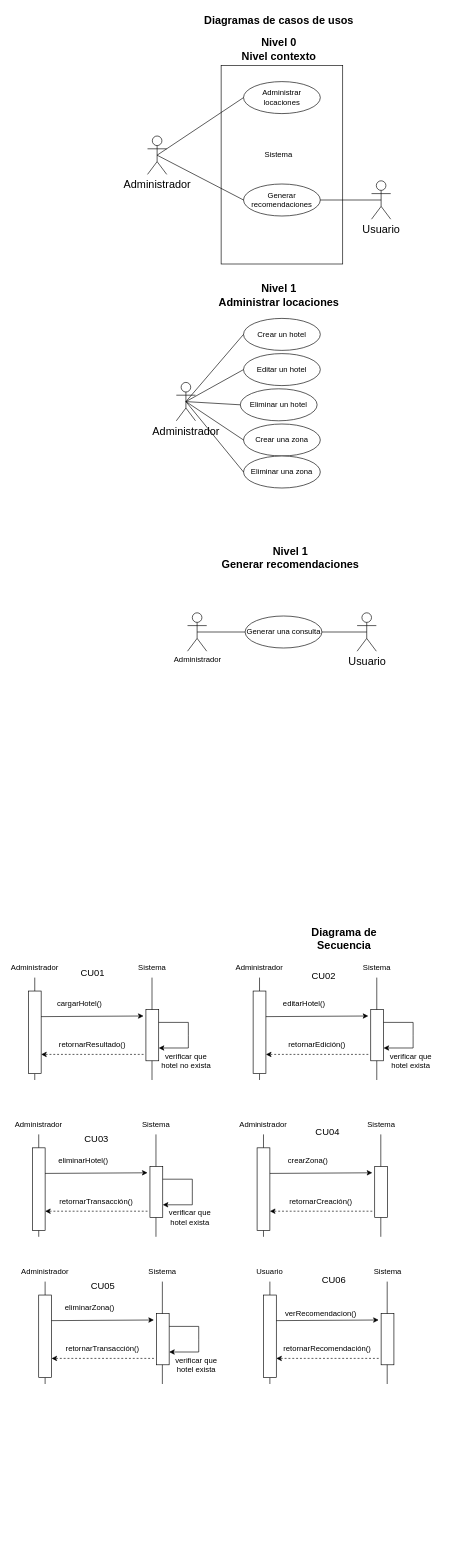
This is Diagrams-Thesis-GA.drawio from Alexjes98/diagrams, a draw.io file, before an edit. Source tidied: cells renumbered, new cells numbered last; positions are measured from the earlier drawing's top-left corner, leaving out a move shared by most shapes. Both pictures are drawn from the tidied source at 64%, with x=0, y=0 at pixel (15, 11).
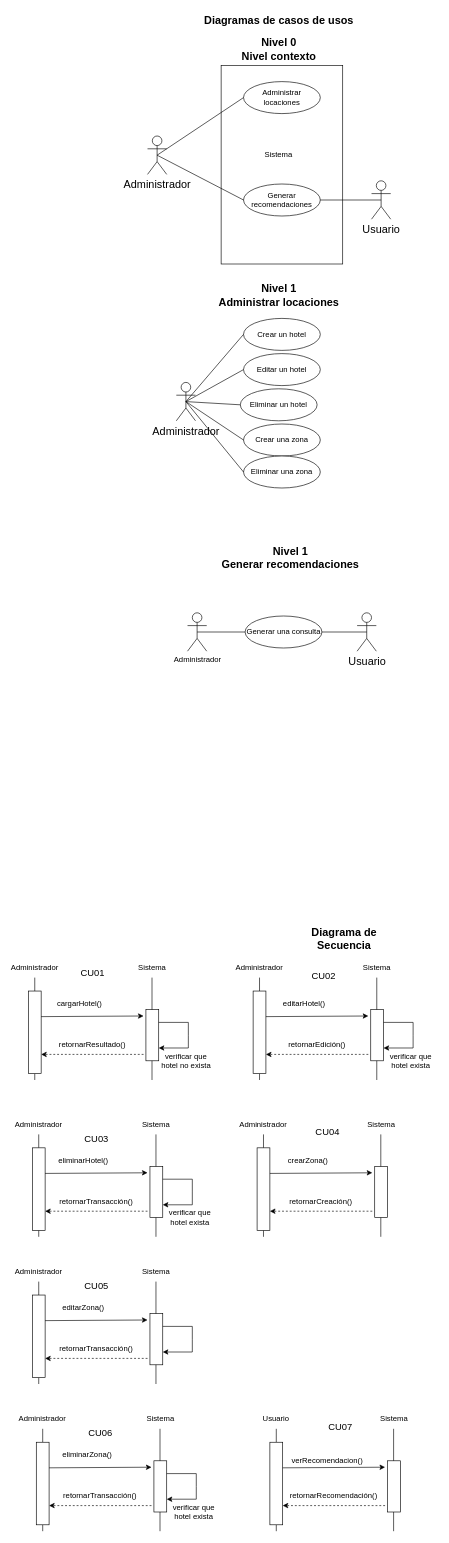
The same page after the edit.

Change to the diagram source:
```diff
@@
-    <mxCell id="86" style="endArrow=none;html=1;rounded=0;startArrow=none;" parent="1" edge="1" source="93">
-      <mxGeometry relative="1" as="geometry">
-        <mxPoint x="46" y="1985" as="targetPoint" />
-      </mxGeometry>
-    </mxCell>
-    <mxCell id="87" style="endArrow=none;html=1;rounded=0;" parent="1" edge="1">
-      <mxGeometry relative="1" as="geometry">
-        <mxPoint x="229.2" y="2145" as="sourcePoint" />
-        <mxPoint x="229.2" y="1985" as="targetPoint" />
-      </mxGeometry>
-    </mxCell>
-    <mxCell id="88" value="Administrador" style="text;html=1;strokeColor=none;fillColor=none;align=center;verticalAlign=middle;whiteSpace=wrap;rounded=0;" parent="1" vertex="1">
-      <mxGeometry x="16" y="1955" width="60" height="30" as="geometry" />
-    </mxCell>
-    <mxCell id="89" style="endArrow=classic;html=1;rounded=0;startArrow=none;exitX=0.9;exitY=0.31;exitDx=0;exitDy=0;exitPerimeter=0;" parent="1" edge="1" source="93">
-      <mxGeometry relative="1" as="geometry">
-        <mxPoint x="216" y="2045" as="targetPoint" />
-      </mxGeometry>
-    </mxCell>
-    <mxCell id="90" value="eliminarZona()" style="text;html=1;strokeColor=none;fillColor=none;align=center;verticalAlign=middle;whiteSpace=wrap;rounded=0;" parent="1" vertex="1">
-      <mxGeometry x="86" y="2011" width="60" height="30" as="geometry" />
-    </mxCell>
-    <mxCell id="91" value="Sistema" style="text;html=1;strokeColor=none;fillColor=none;align=center;verticalAlign=middle;whiteSpace=wrap;rounded=0;" parent="1" vertex="1">
-      <mxGeometry x="195.4" y="1955" width="68.8" height="30" as="geometry" />
-    </mxCell>
-    <mxCell id="92" style="endArrow=none;html=1;rounded=0;" parent="1" edge="1" target="93">
-      <mxGeometry relative="1" as="geometry">
-        <mxPoint x="46" y="2145" as="sourcePoint" />
-        <Array as="points">
-          <mxPoint x="46" y="2135" />
-        </Array>
-      </mxGeometry>
-    </mxCell>
-    <mxCell id="93" style="rounded=0;whiteSpace=wrap;html=1;" parent="1" vertex="1">
-      <mxGeometry x="36" y="2006" width="20" height="129" as="geometry" />
-    </mxCell>
-    <mxCell id="94" style="rounded=0;whiteSpace=wrap;html=1;" parent="1" vertex="1">
-      <mxGeometry x="219.8" y="2035" width="20" height="80" as="geometry" />
-    </mxCell>
-    <mxCell id="95" value="verificar que hotel exista" style="text;html=1;strokeColor=none;fillColor=none;align=center;verticalAlign=middle;whiteSpace=wrap;rounded=0;" parent="1" vertex="1">
-      <mxGeometry x="239.8" y="2100" width="85" height="30" as="geometry" />
-    </mxCell>
-    <mxCell id="96" value="&lt;br&gt;&lt;b id=&quot;docs-internal-guid-32b7d7b6-7fff-b71a-86bd-061935bc4d04&quot; style=&quot;font-weight:normal;&quot;&gt;&lt;span style=&quot;font-size: 11pt; font-family: Arial; color: rgb(0, 0, 0); background-color: transparent; font-weight: 400; font-style: normal; font-variant: normal; text-decoration: none; vertical-align: baseline;&quot;&gt;CU05&lt;/span&gt;&lt;/b&gt;" style="text;html=1;align=center;verticalAlign=middle;strokeColor=none;fillColor=none;" parent="1" vertex="1">
-      <mxGeometry x="106" y="1960" width="60" height="50" as="geometry" />
-    </mxCell>
-    <mxCell id="97" style="endArrow=classic;html=1;rounded=0;exitX=1;exitY=0.25;exitDx=0;exitDy=0;entryX=1;entryY=0.75;entryDx=0;entryDy=0;" parent="1" edge="1" source="94" target="94">
-      <mxGeometry relative="1" as="geometry">
-        <Array as="points">
-          <mxPoint x="286" y="2055" />
-          <mxPoint x="286" y="2075" />
-          <mxPoint x="286" y="2095" />
-        </Array>
-      </mxGeometry>
-    </mxCell>
-    <mxCell id="98" style="endArrow=classic;html=1;rounded=0;dashed=1;" parent="1" edge="1">
-      <mxGeometry relative="1" as="geometry">
-        <mxPoint x="216" y="2105" as="sourcePoint" />
-        <mxPoint x="56" y="2105" as="targetPoint" />
-      </mxGeometry>
-    </mxCell>
-    <mxCell id="99" value="retornarTransacción()" style="text;html=1;strokeColor=none;fillColor=none;align=center;verticalAlign=middle;whiteSpace=wrap;rounded=0;" parent="1" vertex="1">
-      <mxGeometry x="106" y="2075" width="60" height="30" as="geometry" />
-    </mxCell>
     <mxCell id="100" style="endArrow=none;html=1;rounded=0;startArrow=none;" parent="1" edge="1" source="107">
       <mxGeometry relative="1" as="geometry">
-        <mxPoint x="397.2" y="1985" as="targetPoint" />
+        <mxPoint x="407.2" y="2215" as="targetPoint" />
       </mxGeometry>
     </mxCell>
     <mxCell id="101" style="endArrow=none;html=1;rounded=0;" parent="1" edge="1">
       <mxGeometry relative="1" as="geometry">
-        <mxPoint x="580.5" y="2145" as="sourcePoint" />
-        <mxPoint x="580.5" y="1985" as="targetPoint" />
+        <mxPoint x="590.5" y="2375" as="sourcePoint" />
+        <mxPoint x="590.5" y="2215" as="targetPoint" />
       </mxGeometry>
     </mxCell>
     <mxCell id="102" value="Usuario" style="text;html=1;strokeColor=none;fillColor=none;align=center;verticalAlign=middle;whiteSpace=wrap;rounded=0;" parent="1" vertex="1">
-      <mxGeometry x="367.2" y="1955" width="60" height="30" as="geometry" />
+      <mxGeometry x="377.2" y="2185" width="60" height="30" as="geometry" />
     </mxCell>
     <mxCell id="103" style="endArrow=classic;html=1;rounded=0;startArrow=none;exitX=0.9;exitY=0.31;exitDx=0;exitDy=0;exitPerimeter=0;" parent="1" edge="1" source="107">
       <mxGeometry relative="1" as="geometry">
-        <mxPoint x="567.2" y="2045" as="targetPoint" />
+        <mxPoint x="577.2" y="2275" as="targetPoint" />
       </mxGeometry>
     </mxCell>
     <mxCell id="104" value="verRecomendacion()" style="text;html=1;strokeColor=none;fillColor=none;align=center;verticalAlign=middle;whiteSpace=wrap;rounded=0;" parent="1" vertex="1">
-      <mxGeometry x="447.2" y="2020" width="60" height="30" as="geometry" />
+      <mxGeometry x="457.2" y="2250" width="60" height="30" as="geometry" />
     </mxCell>
     <mxCell id="105" value="Sistema" style="text;html=1;strokeColor=none;fillColor=none;align=center;verticalAlign=middle;whiteSpace=wrap;rounded=0;" parent="1" vertex="1">
-      <mxGeometry x="546.6" y="1955" width="68.8" height="30" as="geometry" />
+      <mxGeometry x="556.6" y="2185" width="68.8" height="30" as="geometry" />
     </mxCell>
     <mxCell id="106" style="endArrow=none;html=1;rounded=0;" parent="1" edge="1" target="107">
       <mxGeometry relative="1" as="geometry">
-        <mxPoint x="397.2" y="2145" as="sourcePoint" />
+        <mxPoint x="407.2" y="2375" as="sourcePoint" />
         <Array as="points">
-          <mxPoint x="397.2" y="2135" />
+          <mxPoint x="407.2" y="2365" />
         </Array>
       </mxGeometry>
     </mxCell>
     <mxCell id="107" style="rounded=0;whiteSpace=wrap;html=1;" parent="1" vertex="1">
-      <mxGeometry x="387.2" y="2006" width="20" height="129" as="geometry" />
+      <mxGeometry x="397.2" y="2236" width="20" height="129" as="geometry" />
     </mxCell>
     <mxCell id="108" style="rounded=0;whiteSpace=wrap;html=1;" parent="1" vertex="1">
-      <mxGeometry x="571" y="2035" width="20" height="80" as="geometry" />
+      <mxGeometry x="581" y="2265" width="20" height="80" as="geometry" />
     </mxCell>
-    <mxCell id="109" value="&lt;br&gt;&lt;b id=&quot;docs-internal-guid-32b7d7b6-7fff-b71a-86bd-061935bc4d04&quot; style=&quot;font-weight:normal;&quot;&gt;&lt;span style=&quot;font-size: 11pt; font-family: Arial; color: rgb(0, 0, 0); background-color: transparent; font-weight: 400; font-style: normal; font-variant: normal; text-decoration: none; vertical-align: baseline;&quot;&gt;CU06&lt;/span&gt;&lt;/b&gt;" style="text;html=1;align=center;verticalAlign=middle;strokeColor=none;fillColor=none;" parent="1" vertex="1">
-      <mxGeometry x="467.2" y="1950" width="60" height="50" as="geometry" />
+    <mxCell id="109" value="&lt;br&gt;&lt;b id=&quot;docs-internal-guid-32b7d7b6-7fff-b71a-86bd-061935bc4d04&quot; style=&quot;font-weight:normal;&quot;&gt;&lt;span style=&quot;font-size: 11pt; font-family: Arial; color: rgb(0, 0, 0); background-color: transparent; font-weight: 400; font-style: normal; font-variant: normal; text-decoration: none; vertical-align: baseline;&quot;&gt;CU07&lt;/span&gt;&lt;/b&gt;" style="text;html=1;align=center;verticalAlign=middle;strokeColor=none;fillColor=none;" parent="1" vertex="1">
+      <mxGeometry x="477.2" y="2180" width="60" height="50" as="geometry" />
     </mxCell>
     <mxCell id="110" style="endArrow=classic;html=1;rounded=0;dashed=1;" parent="1" edge="1">
       <mxGeometry relative="1" as="geometry">
-        <mxPoint x="567.2" y="2105" as="sourcePoint" />
-        <mxPoint x="407.2" y="2105" as="targetPoint" />
+        <mxPoint x="577.2" y="2335" as="sourcePoint" />
+        <mxPoint x="417.2" y="2335" as="targetPoint" />
       </mxGeometry>
     </mxCell>
     <mxCell id="111" value="retornarRecomendación()" style="text;html=1;strokeColor=none;fillColor=none;align=center;verticalAlign=middle;whiteSpace=wrap;rounded=0;" parent="1" vertex="1">
-      <mxGeometry x="457.2" y="2075" width="60" height="30" as="geometry" />
+      <mxGeometry x="467.2" y="2305" width="60" height="30" as="geometry" />
     </mxCell>
+    <mxCell id="112" style="endArrow=none;html=1;rounded=0;startArrow=none;" parent="1" edge="1" source="119">
+      <mxGeometry relative="1" as="geometry">
+        <mxPoint x="36" y="1985" as="targetPoint" />
+      </mxGeometry>
+    </mxCell>
+    <mxCell id="113" style="endArrow=none;html=1;rounded=0;" parent="1" edge="1">
+      <mxGeometry relative="1" as="geometry">
+        <mxPoint x="219.2" y="2145" as="sourcePoint" />
+        <mxPoint x="219.2" y="1985" as="targetPoint" />
+      </mxGeometry>
+    </mxCell>
+    <mxCell id="114" value="Administrador" style="text;html=1;strokeColor=none;fillColor=none;align=center;verticalAlign=middle;whiteSpace=wrap;rounded=0;" parent="1" vertex="1">
+      <mxGeometry x="6" y="1955" width="60" height="30" as="geometry" />
+    </mxCell>
+    <mxCell id="115" style="endArrow=classic;html=1;rounded=0;startArrow=none;exitX=0.9;exitY=0.31;exitDx=0;exitDy=0;exitPerimeter=0;" parent="1" edge="1" source="119">
+      <mxGeometry relative="1" as="geometry">
+        <mxPoint x="206" y="2045" as="targetPoint" />
+      </mxGeometry>
+    </mxCell>
+    <mxCell id="116" value="editarZona()" style="text;html=1;strokeColor=none;fillColor=none;align=center;verticalAlign=middle;whiteSpace=wrap;rounded=0;" parent="1" vertex="1">
+      <mxGeometry x="76" y="2011" width="60" height="30" as="geometry" />
+    </mxCell>
+    <mxCell id="117" value="Sistema" style="text;html=1;strokeColor=none;fillColor=none;align=center;verticalAlign=middle;whiteSpace=wrap;rounded=0;" parent="1" vertex="1">
+      <mxGeometry x="185.4" y="1955" width="68.8" height="30" as="geometry" />
+    </mxCell>
+    <mxCell id="118" style="endArrow=none;html=1;rounded=0;" parent="1" edge="1" target="119">
+      <mxGeometry relative="1" as="geometry">
+        <mxPoint x="36" y="2145" as="sourcePoint" />
+        <Array as="points">
+          <mxPoint x="36" y="2135" />
+        </Array>
+      </mxGeometry>
+    </mxCell>
+    <mxCell id="119" style="rounded=0;whiteSpace=wrap;html=1;" parent="1" vertex="1">
+      <mxGeometry x="26" y="2006" width="20" height="129" as="geometry" />
+    </mxCell>
+    <mxCell id="120" style="rounded=0;whiteSpace=wrap;html=1;" parent="1" vertex="1">
+      <mxGeometry x="209.8" y="2035" width="20" height="80" as="geometry" />
+    </mxCell>
+    <mxCell id="96" value="&lt;br&gt;&lt;b id=&quot;docs-internal-guid-32b7d7b6-7fff-b71a-86bd-061935bc4d04&quot; style=&quot;font-weight:normal;&quot;&gt;&lt;span style=&quot;font-size: 11pt; font-family: Arial; color: rgb(0, 0, 0); background-color: transparent; font-weight: 400; font-style: normal; font-variant: normal; text-decoration: none; vertical-align: baseline;&quot;&gt;CU05&lt;/span&gt;&lt;/b&gt;" style="text;html=1;align=center;verticalAlign=middle;strokeColor=none;fillColor=none;" parent="1" vertex="1">
+      <mxGeometry x="96" y="1960" width="60" height="50" as="geometry" />
+    </mxCell>
+    <mxCell id="121" style="endArrow=classic;html=1;rounded=0;exitX=1;exitY=0.25;exitDx=0;exitDy=0;entryX=1;entryY=0.75;entryDx=0;entryDy=0;" parent="1" edge="1" source="120" target="120">
+      <mxGeometry relative="1" as="geometry">
+        <Array as="points">
+          <mxPoint x="276" y="2055" />
+          <mxPoint x="276" y="2075" />
+          <mxPoint x="276" y="2095" />
+        </Array>
+      </mxGeometry>
+    </mxCell>
+    <mxCell id="122" style="endArrow=classic;html=1;rounded=0;dashed=1;" parent="1" edge="1">
+      <mxGeometry relative="1" as="geometry">
+        <mxPoint x="206" y="2105" as="sourcePoint" />
+        <mxPoint x="46" y="2105" as="targetPoint" />
+      </mxGeometry>
+    </mxCell>
+    <mxCell id="123" value="retornarTransacción()" style="text;html=1;strokeColor=none;fillColor=none;align=center;verticalAlign=middle;whiteSpace=wrap;rounded=0;" parent="1" vertex="1">
+      <mxGeometry x="96" y="2075" width="60" height="30" as="geometry" />
+    </mxCell>
+    <mxCell id="124" style="endArrow=none;html=1;rounded=0;startArrow=none;" parent="1" edge="1" source="130">
+      <mxGeometry relative="1" as="geometry">
+        <mxPoint x="42.2" y="2215" as="targetPoint" />
+      </mxGeometry>
+    </mxCell>
+    <mxCell id="125" style="endArrow=none;html=1;rounded=0;" parent="1" edge="1">
+      <mxGeometry relative="1" as="geometry">
+        <mxPoint x="225.5" y="2375" as="sourcePoint" />
+        <mxPoint x="225.5" y="2215" as="targetPoint" />
+      </mxGeometry>
+    </mxCell>
+    <mxCell id="126" value="Administrador" style="text;html=1;strokeColor=none;fillColor=none;align=center;verticalAlign=middle;whiteSpace=wrap;rounded=0;" parent="1" vertex="1">
+      <mxGeometry x="12.2" y="2185" width="60" height="30" as="geometry" />
+    </mxCell>
+    <mxCell id="127" style="endArrow=classic;html=1;rounded=0;startArrow=none;exitX=0.9;exitY=0.31;exitDx=0;exitDy=0;exitPerimeter=0;" parent="1" edge="1" source="130">
+      <mxGeometry relative="1" as="geometry">
+        <mxPoint x="212.2" y="2275" as="targetPoint" />
+      </mxGeometry>
+    </mxCell>
+    <mxCell id="90" value="eliminarZona()" style="text;html=1;strokeColor=none;fillColor=none;align=center;verticalAlign=middle;whiteSpace=wrap;rounded=0;" parent="1" vertex="1">
+      <mxGeometry x="82.2" y="2241" width="60" height="30" as="geometry" />
+    </mxCell>
+    <mxCell id="128" value="Sistema" style="text;html=1;strokeColor=none;fillColor=none;align=center;verticalAlign=middle;whiteSpace=wrap;rounded=0;" parent="1" vertex="1">
+      <mxGeometry x="191.6" y="2185" width="68.8" height="30" as="geometry" />
+    </mxCell>
+    <mxCell id="129" style="endArrow=none;html=1;rounded=0;" parent="1" edge="1" target="130">
+      <mxGeometry relative="1" as="geometry">
+        <mxPoint x="42.2" y="2375" as="sourcePoint" />
+        <Array as="points">
+          <mxPoint x="42.2" y="2365" />
+        </Array>
+      </mxGeometry>
+    </mxCell>
+    <mxCell id="130" style="rounded=0;whiteSpace=wrap;html=1;" parent="1" vertex="1">
+      <mxGeometry x="32.2" y="2236" width="20" height="129" as="geometry" />
+    </mxCell>
+    <mxCell id="131" style="rounded=0;whiteSpace=wrap;html=1;" parent="1" vertex="1">
+      <mxGeometry x="216" y="2265" width="20" height="80" as="geometry" />
+    </mxCell>
+    <mxCell id="95" value="verificar que hotel exista" style="text;html=1;strokeColor=none;fillColor=none;align=center;verticalAlign=middle;whiteSpace=wrap;rounded=0;" parent="1" vertex="1">
+      <mxGeometry x="236" y="2330" width="85" height="30" as="geometry" />
+    </mxCell>
+    <mxCell id="132" value="&lt;br&gt;&lt;b id=&quot;docs-internal-guid-32b7d7b6-7fff-b71a-86bd-061935bc4d04&quot; style=&quot;font-weight:normal;&quot;&gt;&lt;span style=&quot;font-size: 11pt; font-family: Arial; color: rgb(0, 0, 0); background-color: transparent; font-weight: 400; font-style: normal; font-variant: normal; text-decoration: none; vertical-align: baseline;&quot;&gt;CU06&lt;/span&gt;&lt;/b&gt;" style="text;html=1;align=center;verticalAlign=middle;strokeColor=none;fillColor=none;" parent="1" vertex="1">
+      <mxGeometry x="102.2" y="2190" width="60" height="50" as="geometry" />
+    </mxCell>
+    <mxCell id="133" style="endArrow=classic;html=1;rounded=0;exitX=1;exitY=0.25;exitDx=0;exitDy=0;entryX=1;entryY=0.75;entryDx=0;entryDy=0;" parent="1" edge="1" source="131" target="131">
+      <mxGeometry relative="1" as="geometry">
+        <Array as="points">
+          <mxPoint x="282.2" y="2285" />
+          <mxPoint x="282.2" y="2305" />
+          <mxPoint x="282.2" y="2325" />
+        </Array>
+      </mxGeometry>
+    </mxCell>
+    <mxCell id="134" style="endArrow=classic;html=1;rounded=0;dashed=1;" parent="1" edge="1">
+      <mxGeometry relative="1" as="geometry">
+        <mxPoint x="212.2" y="2335" as="sourcePoint" />
+        <mxPoint x="52.2" y="2335" as="targetPoint" />
+      </mxGeometry>
+    </mxCell>
+    <mxCell id="135" value="retornarTransacción()" style="text;html=1;strokeColor=none;fillColor=none;align=center;verticalAlign=middle;whiteSpace=wrap;rounded=0;" parent="1" vertex="1">
+      <mxGeometry x="102.2" y="2305" width="60" height="30" as="geometry" />
+    </mxCell>
```
